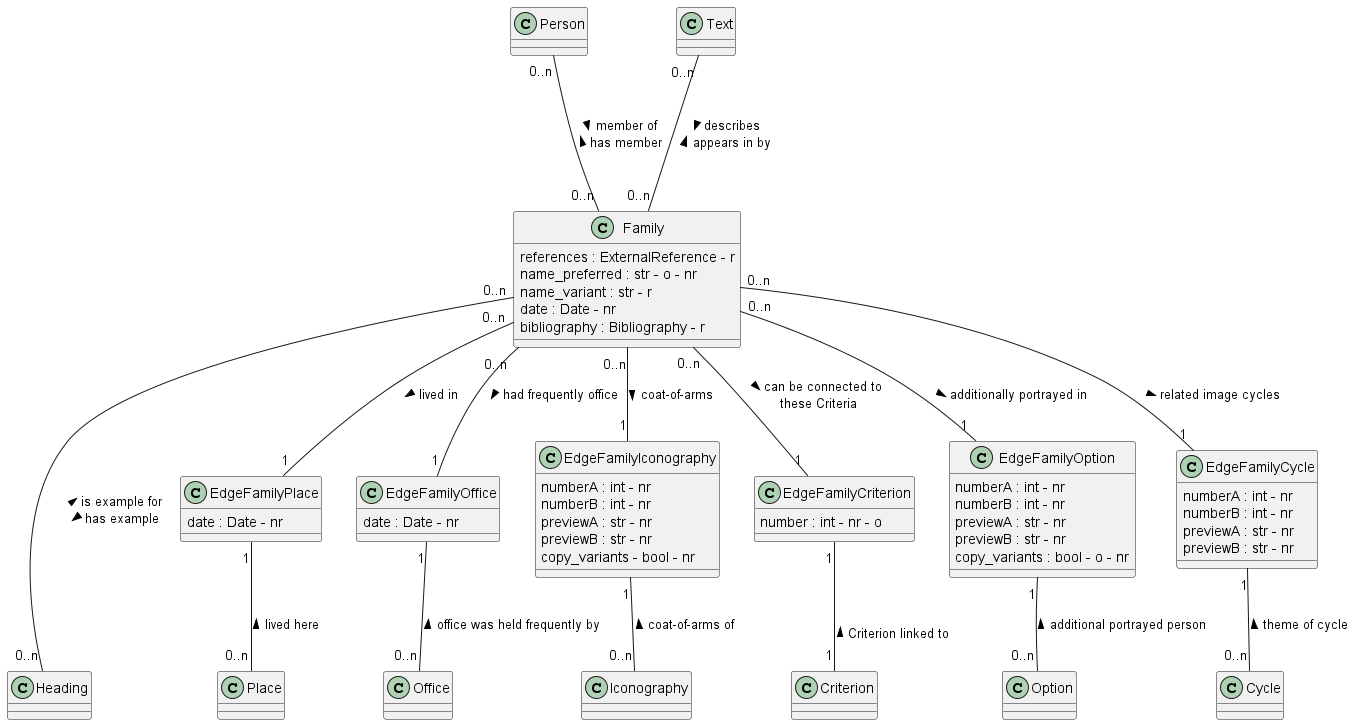
This is documentation/class_diagrams/Family.png from tmasch/bpf_be, a PlantUML export, as it was before one commit.
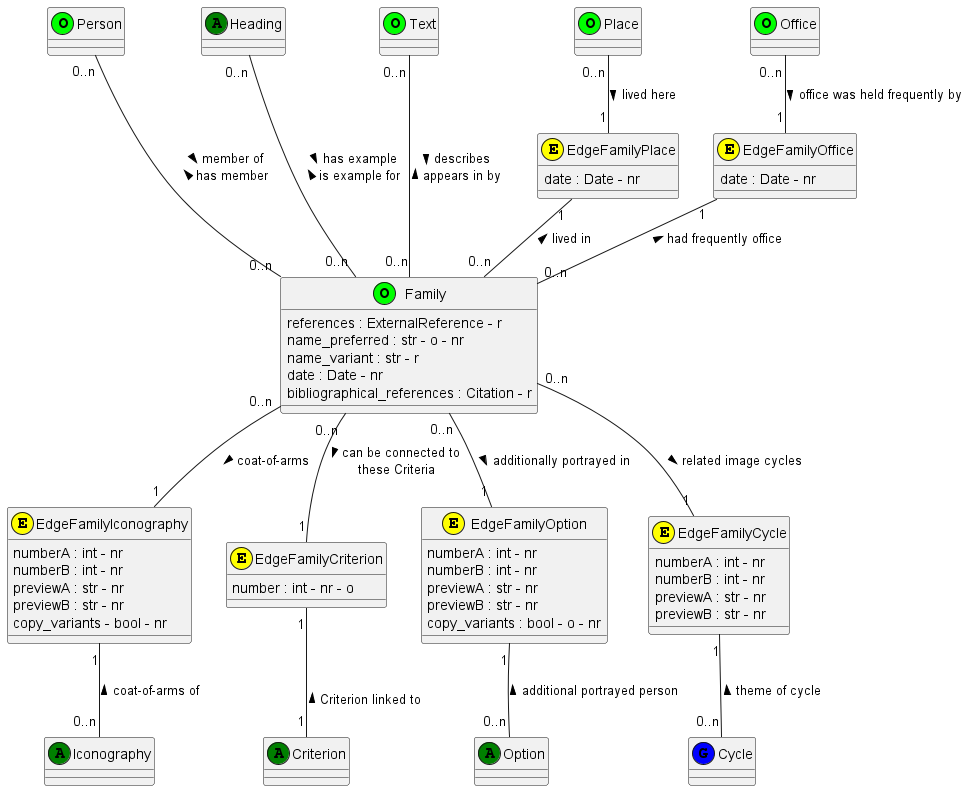
After the commit.

Change to the diagram source:
```diff
@@ -1,54 +1,54 @@
 @startuml Family
 
-class Family
+class Family <<(O,lime)>>
 Family : references : ExternalReference - r
 Family : name_preferred : str - o - nr
 Family : name_variant : str - r
 Family : date : Date - nr
-Family : bibliography : Bibliography - r
+Family : bibliographical_references : Citation - r
 
-class Person
+class Person <<(O,lime)>>
 
-class Heading
+class Heading <<(A,green)>>
 
-class Place
+class Place <<(O,lime)>>
 
-class Office
+class Office <<(O,lime)>>
 
-class Text
+class Text <<(O,lime)>>
 
-class Iconography
+class Iconography <<(A,green)>>
 
-class Criterion
+class Criterion <<(A,green)>>
 
-class Option
+class Option <<(A,green)>>
 
-class Cycle
+class Cycle <<(G,blue)>>
 
-class EdgeFamilyPlace
+class EdgeFamilyPlace <<(E,yellow)>>
 EdgeFamilyPlace : date : Date - nr
 
-class EdgeFamilyOffice
+class EdgeFamilyOffice <<(E,yellow)>>
 EdgeFamilyOffice : date : Date - nr
 
-class EdgeFamilyIconography
+class EdgeFamilyIconography <<(E,yellow)>>
 EdgeFamilyIconography : numberA : int - nr
 EdgeFamilyIconography : numberB : int - nr
 EdgeFamilyIconography : previewA : str - nr
 EdgeFamilyIconography : previewB : str - nr
 EdgeFamilyIconography : copy_variants - bool - nr
 
-class EdgeFamilyCriterion
+class EdgeFamilyCriterion <<(E,yellow)>>
 EdgeFamilyCriterion : number : int - nr - o
 
-class EdgeFamilyOption
+class EdgeFamilyOption <<(E,yellow)>>
 EdgeFamilyOption : numberA : int - nr
 EdgeFamilyOption : numberB : int - nr
 EdgeFamilyOption : previewA : str - nr
 EdgeFamilyOption : previewB : str - nr
 EdgeFamilyOption : copy_variants : bool - o - nr
 
-class EdgeFamilyCycle
+class EdgeFamilyCycle <<(E,yellow)>>
 EdgeFamilyCycle : numberA : int - nr
 EdgeFamilyCycle : numberB : int - nr
 EdgeFamilyCycle : previewA : str - nr
@@ -58,13 +58,13 @@
 
 Text "0..n" --- "0..n" Family : > describes \n appears in by <
 
-Family "0..n" --- "0..n" Heading : < is example for \n has example >
+Heading "0..n" --- "0..n" Family :  > has example \n is example for <
 
-Family "0..n" -- "1" EdgeFamilyPlace : lived in >
-EdgeFamilyPlace "1" -- "0..n" Place : lived here <
+Place "0..n" -- "1" EdgeFamilyPlace : lived here >
+EdgeFamilyPlace "1" -- "0..n" Family : lived in <
 
-Family "0..n" -- "1" EdgeFamilyOffice : had frequently office >
-EdgeFamilyOffice "1" -- "0..n" Office : office was held frequently by <
+Office "0..n" -- "1" EdgeFamilyOffice : office was held frequently by >
+EdgeFamilyOffice "1" -- "0..n" Family : had frequently office <
 
 Family "0..n" -- "1" EdgeFamilyIconography : coat-of-arms >
 EdgeFamilyIconography "1" -- "0..n" Iconography : coat-of-arms of <
```
